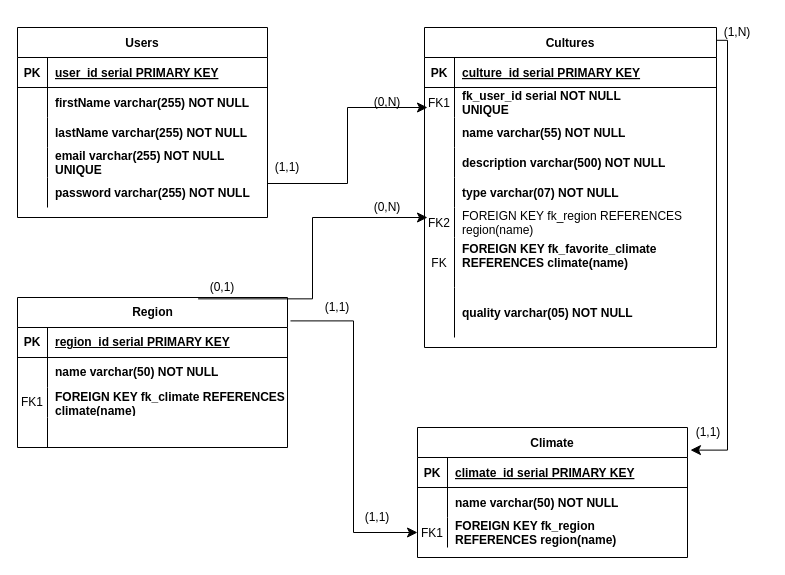
Earlier version of the draw.io diagram Untitled Diagram.drawio (kellysondias/sungarden-api). Source tidied: cells renumbered, new cells numbered last; positions are measured from the earlier drawing's top-left corner, leaving out a move shared by most shapes. Both pictures are drawn from the tidied source at 100%, with x=0, y=0 at pixel (17, 17).
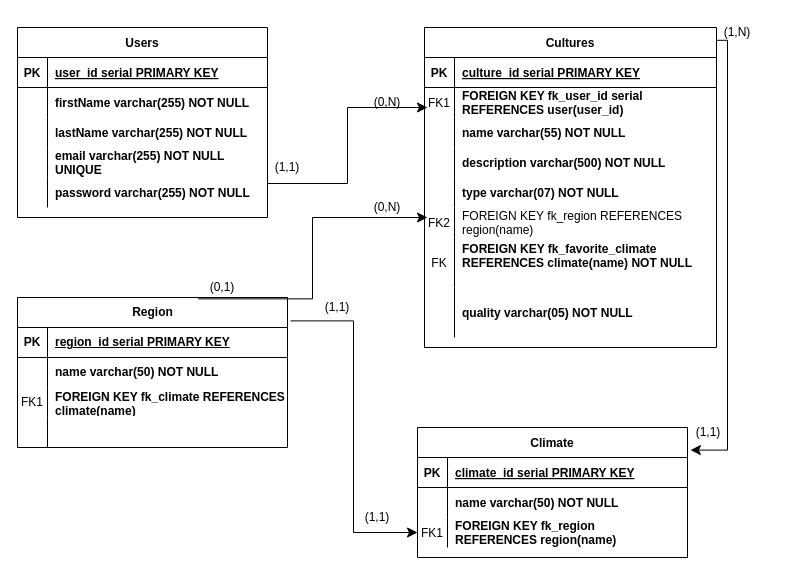
Above is the later version.

Unchanged cells that the change refers to:
```xml
<mxCell id="6" style="shape=partialRectangle;fillColor=none;top=0;left=0;right=0;bottom=0;" parent="2" vertex="1">
  <mxGeometry y="60" width="292" height="30" as="geometry" />
</mxCell>
<mxCell id="21" style="shape=partialRectangle;fillColor=none;top=0;left=0;right=0;bottom=0;" parent="2" vertex="1">
  <mxGeometry y="210" width="292" height="50" as="geometry" />
</mxCell>
```

Change to the diagram source:
```diff
@@
-    <mxCell id="8" value="fk_user_id serial NOT NULL&#10;UNIQUE" style="shape=partialRectangle;overflow=hidden;fillColor=none;top=0;left=0;bottom=0;right=0;align=left;spacingLeft=6;fontStyle=1;" parent="6" vertex="1">
+    <mxCell id="8" value="FOREIGN KEY fk_user_id serial&#10;REFERENCES user(user_id)" style="shape=partialRectangle;overflow=hidden;fillColor=none;top=0;left=0;bottom=0;right=0;align=left;spacingLeft=6;fontStyle=1;" parent="6" vertex="1">
       <mxGeometry x="30" width="262" height="30" as="geometry" />
     </mxCell>
@@
-    <mxCell id="23" value="FOREIGN KEY fk_favorite_climate&#10;REFERENCES climate(name)&#10;" style="shape=partialRectangle;overflow=hidden;fillColor=none;top=0;left=0;bottom=0;right=0;align=left;spacingLeft=6;fontStyle=1;" parent="21" vertex="1">
+    <mxCell id="23" value="FOREIGN KEY fk_favorite_climate&#10;REFERENCES climate(name) NOT NULL&#10;" style="shape=partialRectangle;overflow=hidden;fillColor=none;top=0;left=0;bottom=0;right=0;align=left;spacingLeft=6;fontStyle=1;" parent="21" vertex="1">
       <mxGeometry x="30" width="262" height="50" as="geometry" />
     </mxCell>
```
